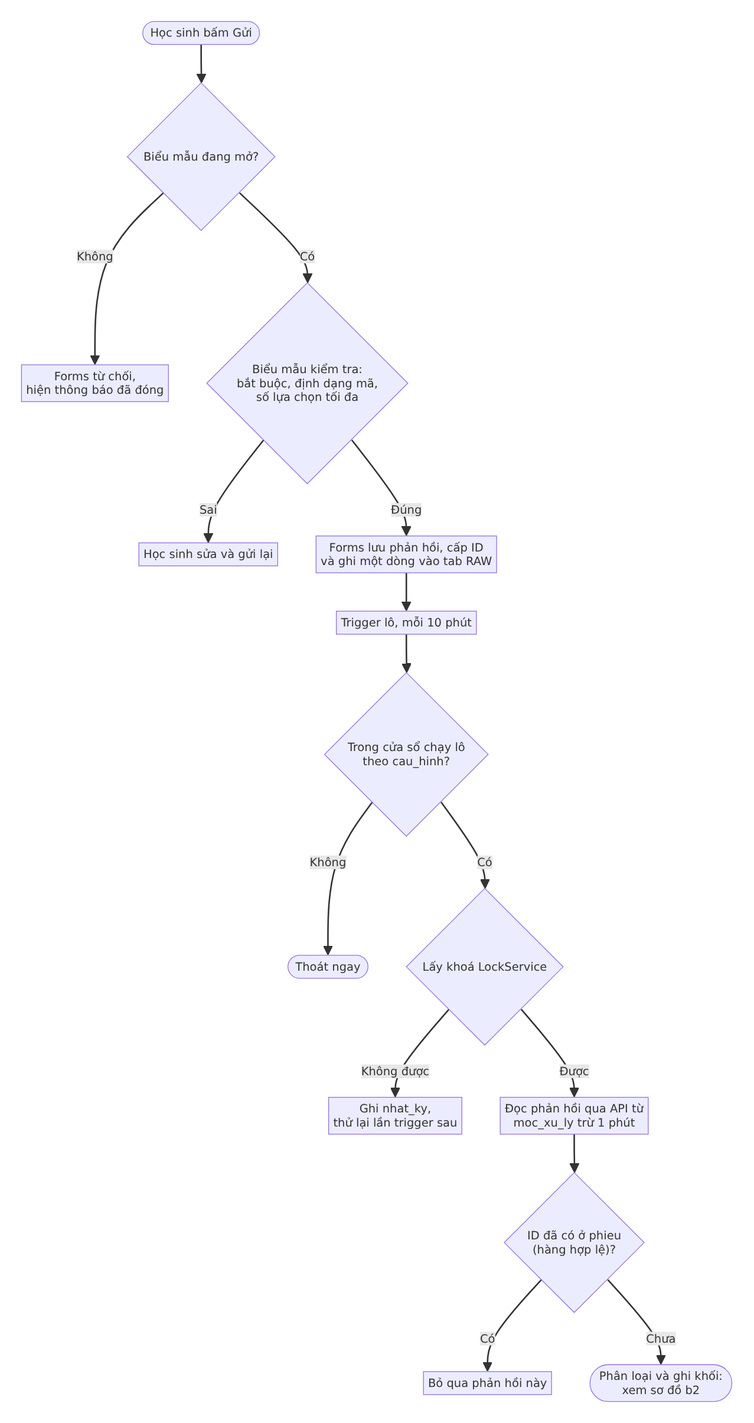
nguyenphanvantruong6969-arch/TESTING-DEV keeps this Mermaid diagram as docs/he_sinh_thai/anh/b1_nop_phieu.png. Above is the earlier version. Its source is kept beside it as docs/he_sinh_thai/anh/b1_nop_phieu.mmd.
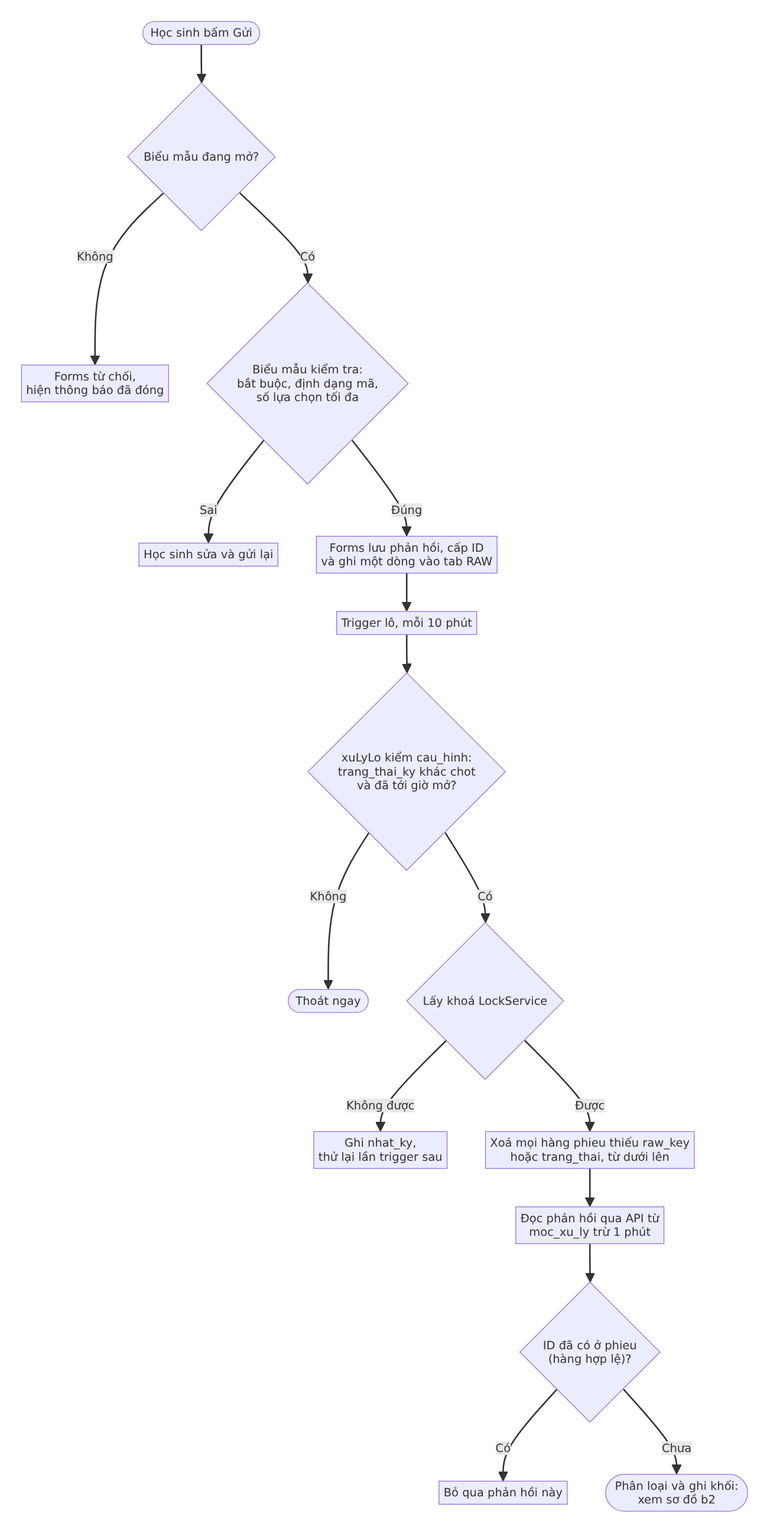
The same diagram one commit later.

Commit message:
T4 sửa vòng 3b: quy ước cài đặt cho K2 (mục 7.7), vòng đời trigger tách đóng form và kết thúc lô, dọn hàng dở đầu lô, thoi_gian_nop, xuất riêng khỏi chốt

What changed in the source:
```diff
@@ -5,11 +5,12 @@
   V1 -->|"Sai"| E1["Học sinh sửa và gửi lại"]
   V1 -->|"Đúng"| W["Forms lưu phản hồi, cấp ID<br/>và ghi một dòng vào tab RAW"]
   W --> T["Trigger lô, mỗi 10 phút"]
-  T --> G{"Trong cửa sổ chạy lô<br/>theo cau_hinh?"}
+  T --> G{"xuLyLo kiểm cau_hinh:<br/>trang_thai_ky khác chot<br/>và đã tới giờ mở?"}
   G -->|"Không"| X1(["Thoát ngay"])
   G -->|"Có"| L{"Lấy khoá LockService"}
   L -->|"Không được"| R1["Ghi nhat_ky,<br/>thử lại lần trigger sau"]
-  L -->|"Được"| RD["Đọc phản hồi qua API từ<br/>moc_xu_ly trừ 1 phút"]
+  L -->|"Được"| CL["Xoá mọi hàng phieu thiếu raw_key<br/>hoặc trang_thai, từ dưới lên"]
+  CL --> RD["Đọc phản hồi qua API từ<br/>moc_xu_ly trừ 1 phút"]
   RD --> EX{"ID đã có ở phieu<br/>(hàng hợp lệ)?"}
   EX -->|"Có"| SK["Bỏ qua phản hồi này"]
   EX -->|"Chưa"| NEXT(["Phân loại và ghi khối:<br/>xem sơ đồ b2"])
```
